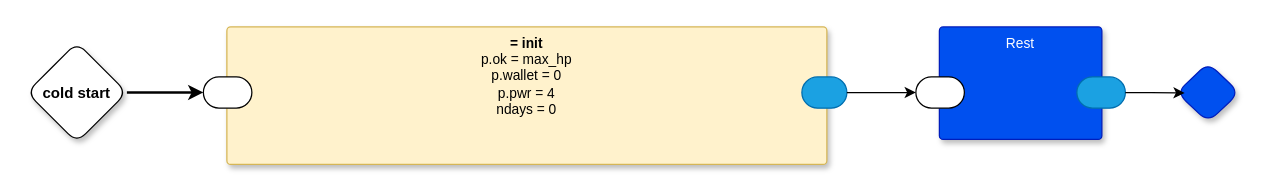
guitarvydas/dc0d keeps this draw.io diagram as page "Game" (2 of 3) of dc0d.drawio. Above is the earlier version. Source tidied: cells renumbered, new cells numbered last; positions are measured from the earlier drawing's top-left corner, leaving out a move shared by most shapes. Both pictures are drawn from the tidied source at 125%, with x=0, y=0 at pixel (26, 26).
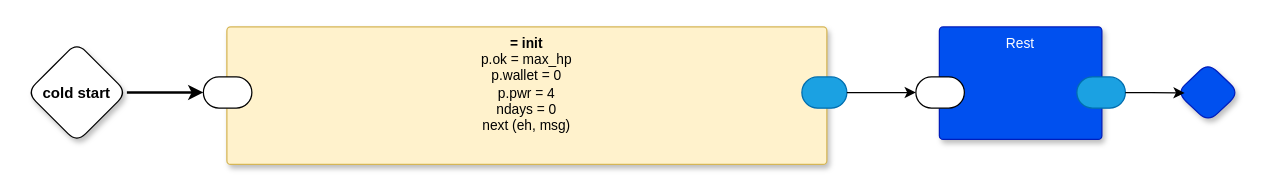
The same diagram, later.

Commit message (it also covers changes not shown here):
next (...) explicitly inserted

Change to the diagram source:
```diff
@@
 <mxGraphModel>
   <root>
     <mxCell id="0" />
     <mxCell id="1" parent="0" />
     <mxCell id="2" value="cold start" style="rhombus;whiteSpace=wrap;html=1;rounded=1;fontStyle=1;glass=0;sketch=0;fontSize=12;points=[[0,0.5,0,0,0],[0.5,0,0,0,0],[0.5,1,0,0,0],[1,0.5,0,0,0]];shadow=1;fontFamily=Helvetica;fontColor=default;" parent="1" vertex="1">
       <mxGeometry y="12.5" width="80" height="80" as="geometry" />
     </mxCell>
     <mxCell id="3" style="rhombus;whiteSpace=wrap;html=1;rounded=1;fillColor=#0050ef;fontColor=#ffffff;strokeColor=#001DBC;fontStyle=1;glass=0;sketch=0;fontSize=12;points=[[0,0.5,0,0,0],[0.5,0,0,0,0],[0.5,1,0,0,0],[1,0.5,0,0,0]];shadow=1;fontFamily=Helvetica;" parent="1" vertex="1">
       <mxGeometry x="920" y="28.8" width="50" height="47.5" as="geometry" />
     </mxCell>
-    <mxCell id="4" value="&lt;b&gt;= init&lt;/b&gt;&lt;br&gt;p.ok = max_hp&lt;br&gt;p.wallet = 0&lt;br&gt;p.pwr = 4&lt;br&gt;ndays = 0" style="rounded=1;whiteSpace=wrap;html=1;sketch=0;verticalAlign=top;arcSize=6;fontStyle=0;absoluteArcSize=1;shadow=1;strokeColor=#d6b656;fillColor=#fff2cc;fontFamily=Helvetica;fontSize=11;" parent="1" vertex="1">
+    <mxCell id="4" value="&lt;b&gt;= init&lt;/b&gt;&lt;br&gt;p.ok = max_hp&lt;br&gt;p.wallet = 0&lt;br&gt;p.pwr = 4&lt;br&gt;ndays = 0&lt;br&gt;next (eh, msg)" style="rounded=1;whiteSpace=wrap;html=1;sketch=0;verticalAlign=top;arcSize=6;fontStyle=0;absoluteArcSize=1;shadow=1;strokeColor=#d6b656;fillColor=#fff2cc;fontFamily=Helvetica;fontSize=11;" parent="1" vertex="1">
       <mxGeometry x="160" width="480" height="110" as="geometry" />
     </mxCell>
     <mxCell id="5" style="rounded=1;whiteSpace=wrap;html=1;sketch=0;points=[[0,0.5,0,0,0],[1,0.5,0,0,0]];arcSize=50;fontFamily=Helvetica;fontSize=11;fontColor=default;" parent="4" vertex="1">
       <mxGeometry x="-18.8" y="40" width="38.8" height="25" as="geometry" />
     </mxCell>
     <mxCell id="6" style="rounded=1;whiteSpace=wrap;html=1;sketch=0;points=[[0,0.5,0,0,0],[1,0.5,0,0,0]];fillColor=#1ba1e2;fontColor=#ffffff;strokeColor=#006EAF;arcSize=50;fontFamily=Helvetica;fontSize=11;" parent="4" vertex="1">
       <mxGeometry x="460" y="40" width="36" height="25" as="geometry" />
     </mxCell>
     <mxCell id="7" style="edgeStyle=orthogonalEdgeStyle;rounded=1;jettySize=auto;html=1;entryX=0;entryY=0.5;entryDx=0;entryDy=0;entryPerimeter=0;strokeWidth=2;curved=0;" parent="1" edge="1" source="2" target="5">
       <mxGeometry relative="1" as="geometry" />
     </mxCell>
     <mxCell id="8" value="Rest" style="rounded=1;whiteSpace=wrap;html=1;sketch=0;verticalAlign=top;arcSize=6;fontStyle=0;absoluteArcSize=1;shadow=1;strokeColor=#001DBC;fillColor=#0050ef;fontColor=#ffffff;fontFamily=Helvetica;fontSize=11;" parent="1" vertex="1">
       <mxGeometry x="730" width="130" height="90" as="geometry" />
     </mxCell>
     <mxCell id="9" style="rounded=1;whiteSpace=wrap;html=1;sketch=0;points=[[0,0.5,0,0,0],[1,0.5,0,0,0]];arcSize=50;fontFamily=Helvetica;fontSize=11;fontColor=default;" parent="8" vertex="1">
       <mxGeometry x="-18.8" y="40" width="38.8" height="25" as="geometry" />
     </mxCell>
     <mxCell id="10" style="rounded=1;whiteSpace=wrap;html=1;sketch=0;points=[[0,0.5,0,0,0],[1,0.5,0,0,0]];fillColor=#1ba1e2;fontColor=#ffffff;strokeColor=#006EAF;arcSize=50;fontFamily=Helvetica;fontSize=11;" parent="8" vertex="1">
       <mxGeometry x="110" y="40" width="38.8" height="25" as="geometry" />
     </mxCell>
     <mxCell id="11" style="edgeStyle=orthogonalEdgeStyle;rounded=0;jettySize=auto;html=1;exitX=1;exitY=0.5;exitDx=0;exitDy=0;exitPerimeter=0;entryX=0;entryY=0.5;entryDx=0;entryDy=0;entryPerimeter=0;" parent="1" edge="1" source="6" target="9">
       <mxGeometry relative="1" as="geometry" />
     </mxCell>
     <mxCell id="12" style="edgeStyle=orthogonalEdgeStyle;rounded=0;jettySize=auto;html=1;exitX=1;exitY=0.5;exitDx=0;exitDy=0;exitPerimeter=0;entryX=0.125;entryY=0.506;entryDx=0;entryDy=0;entryPerimeter=0;" parent="1" edge="1" source="10" target="3">
       <mxGeometry relative="1" as="geometry" />
     </mxCell>
   </root>
 </mxGraphModel>
```
